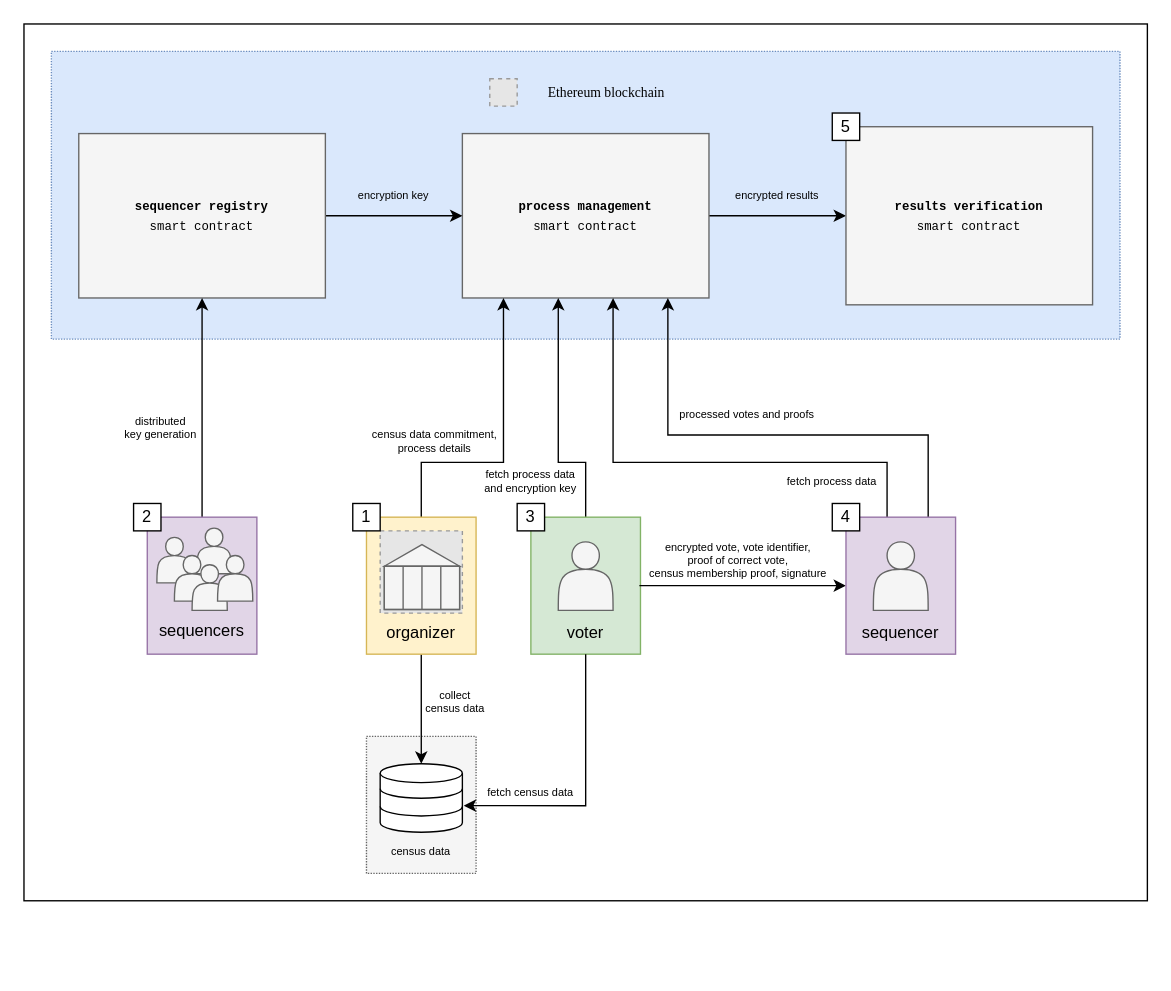
vocdoni/davinci-paper keeps this draw.io diagram as page "protocol-flow" (1 of 2) of v2/figures/protocol-intuition-flow.drawio. Above is the earlier version. Source tidied: cells renumbered, new cells numbered last; positions are measured from the earlier drawing's top-left corner, leaving out a move shared by most shapes. Both pictures are drawn from the tidied source at 137%, with x=0, y=0 at pixel (23, 23). Pictures stored in the file or linked from it are replaced by grey dashed boxes.
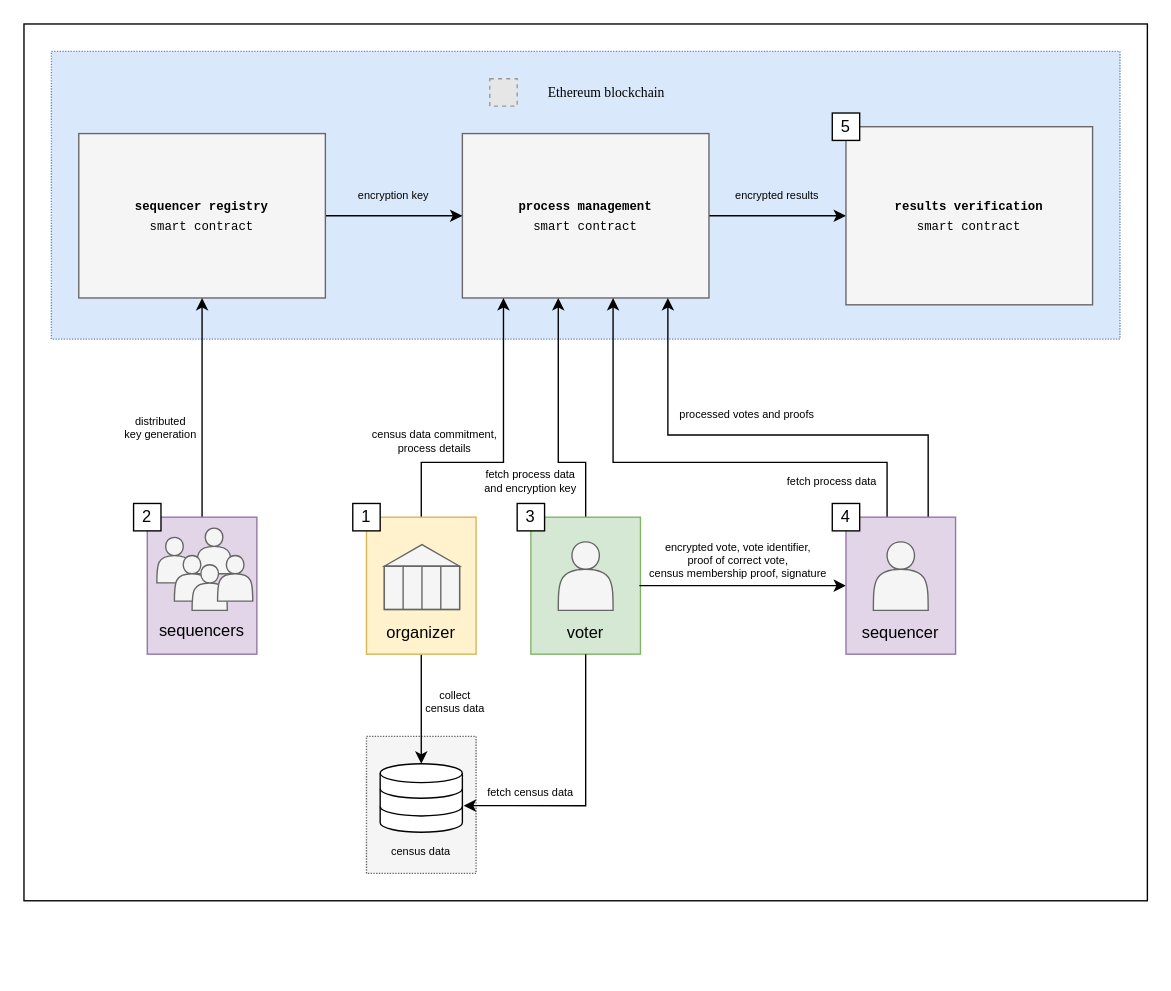
Above is the later version.

Unchanged cells that the change refers to:
```xml
<mxCell id="54" style="group;" parent="1" vertex="1">
  <mxGeometry x="250" y="360" width="80" height="100" as="geometry" />
</mxCell>
```

Diff of the diagram source:
```diff
@@
-    <mxCell id="57" style="fillColor=#E6E6E6;strokeColor=#999999;dashed=1;html=1;verticalAlign=top;verticalLabelPosition=bottom;labelBackgroundColor=#ffffff;" parent="54" vertex="1">
-      <mxGeometry x="10" y="10" width="60" height="60" as="geometry" />
-    </mxCell>
```
